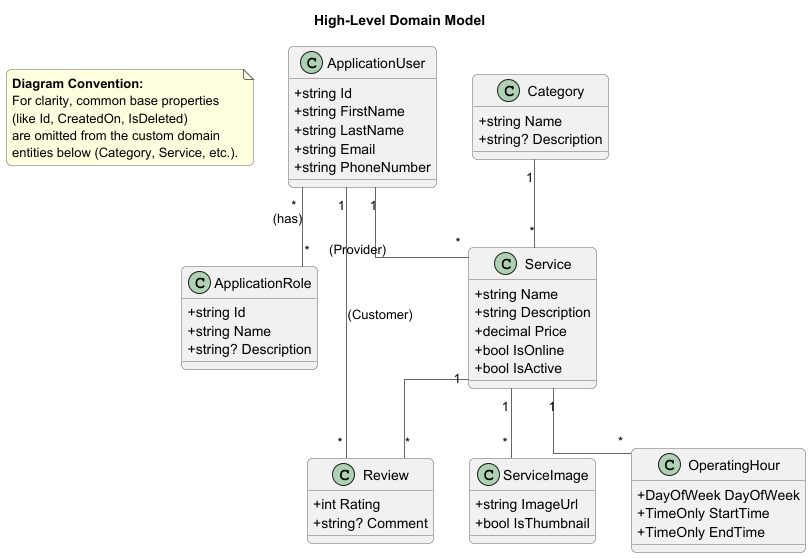
Earlier version of the PlantUML export docs/diagrams/01-Domain-Model-Schema.png (StefanYankov/service-booking-system).
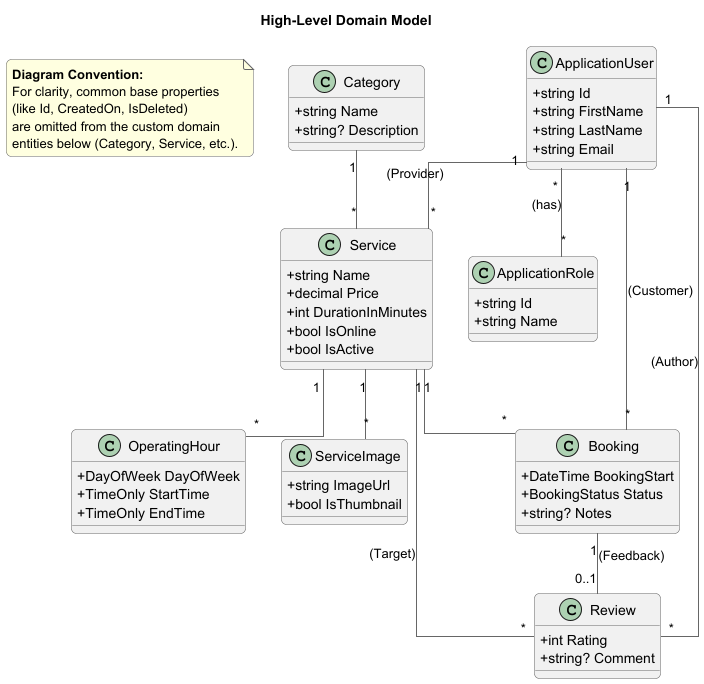
Above is the later version.

Commit message:
docs: Update the domain model Schema and added an updated ER diagram

What changed in the source:
```diff
@@ -28,13 +28,11 @@
   + string FirstName
   + string LastName
   + string Email
-  + string PhoneNumber
 }
 
 class ApplicationRole {
   + string Id
   + string Name
-  + string? Description
 }
 
 
@@ -45,8 +43,8 @@
 
 class Service {
   + string Name
-  + string Description
   + decimal Price
+  + int DurationInMinutes
   + bool IsOnline
   + bool IsActive
 }
@@ -62,22 +60,30 @@
   + bool IsThumbnail
 }
 
+class Booking {
+  + DateTime BookingStart
+  + BookingStatus Status
+  + string? Notes
+}
+
 class Review {
   + int Rating
   + string? Comment
 }
 
 
-
 ApplicationUser "*" -- "*" ApplicationRole : (has)
 
+Category "1" -- "*" Service
 ApplicationUser "1" -- "*" Service : (Provider)
-ApplicationUser "1" -- "*" Review : (Customer)
-
-Category "1" -- "*" Service
-
 Service "1" -- "*" OperatingHour
 Service "1" -- "*" ServiceImage
-Service "1" -- "*" Review
+
+ApplicationUser "1" -- "*" Booking : (Customer)
+Service "1" -- "*" Booking
+Booking "1" -- "0..1" Review : (Feedback)
+
+ApplicationUser "1" -- "*" Review : (Author)
+Service "1" -- "*" Review : (Target)
 
 @enduml
```
